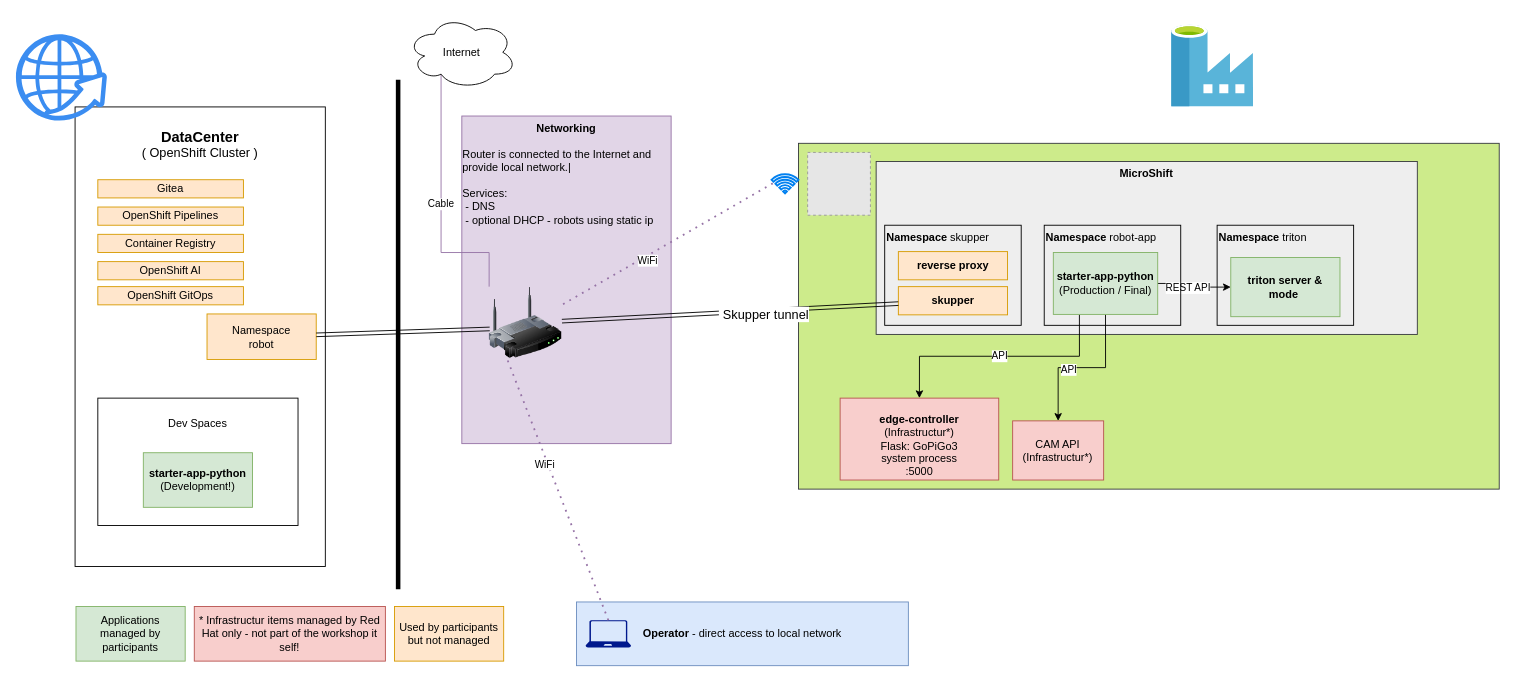
Before: v3/component/overview.drawio in cloud-native-robotz-hackathon/infrastructure, a draw.io diagram. Source tidied: cells renumbered, new cells numbered last; positions are measured from the earlier drawing's top-left corner, leaving out a move shared by most shapes. Both pictures are drawn from the tidied source at 91%, with x=0, y=0 at pixel (15, 15). Pictures stored in the file or linked from it are replaced by grey dashed boxes.
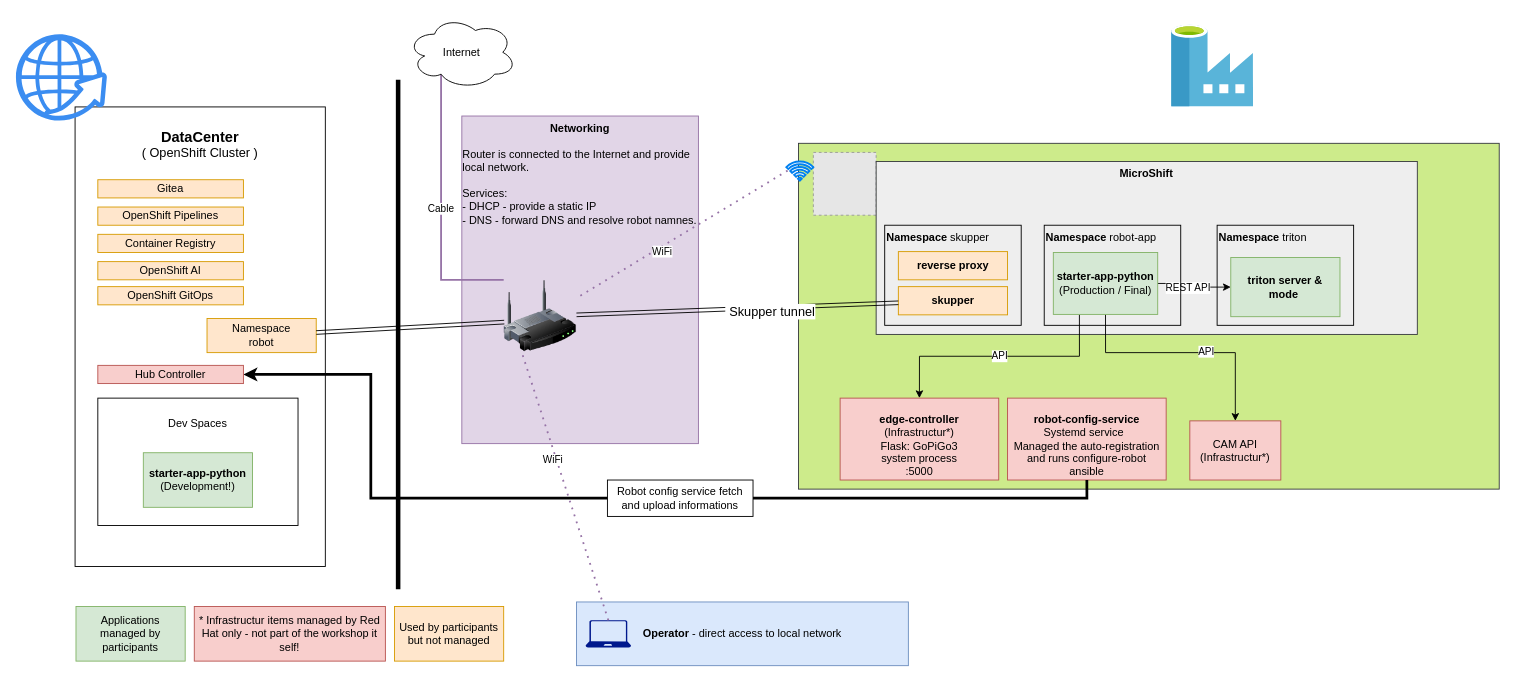
After the change.

Commit message (it also covers changes not shown here):
Deployed 82048ef to v3 with MkDocs 1.6.1 and mike 2.1.3

The change refers to these unchanged cells:
```xml
<mxCell id="38" value="&lt;div&gt;&lt;b&gt;starter-app-python&lt;/b&gt;&lt;/div&gt;&lt;div&gt;(Production / Final)&lt;br&gt;&lt;/div&gt;" style="rounded=0;whiteSpace=wrap;html=1;fillColor=#d5e8d4;strokeColor=#82b366;" parent="1" vertex="1">
  <mxGeometry x="1140" y="260" width="114.7" height="68" as="geometry" />
</mxCell>
<mxCell id="41" value="Internet" style="ellipse;shape=cloud;whiteSpace=wrap;html=1;" parent="1" vertex="1">
  <mxGeometry x="430" width="120" height="80" as="geometry" />
</mxCell>
```

What changed in the source:
```diff
@@
-    <mxCell id="4" value="&lt;div&gt;&lt;div align=&quot;center&quot;&gt;&lt;b&gt;Networking&lt;/b&gt;&lt;br&gt;&lt;/div&gt;&lt;br&gt;&lt;div align=&quot;left&quot;&gt;Router is connected to the Internet and provide local network.|&lt;br&gt;&lt;br&gt;Services:&lt;/div&gt;&lt;div align=&quot;left&quot;&gt;&amp;nbsp;- DNS&lt;/div&gt;&lt;div align=&quot;left&quot;&gt;&amp;nbsp;- optional DHCP - robots using static ip&lt;br&gt;&lt;/div&gt;&lt;/div&gt;" style="text;html=1;strokeColor=#9673a6;fillColor=#e1d5e7;align=center;verticalAlign=top;whiteSpace=wrap;rounded=0;horizontal=1;" parent="1" vertex="1">
-      <mxGeometry x="490" y="110" width="230" height="360" as="geometry" />
+    <mxCell id="4" value="&lt;div align=&quot;center&quot;&gt;&lt;b&gt;Networking&lt;/b&gt;&lt;br&gt;&lt;/div&gt;&lt;br&gt;&lt;div align=&quot;left&quot;&gt;Router is connected to the Internet and provide local network.&lt;br&gt;&lt;br&gt;Services:&lt;/div&gt;&lt;div align=&quot;left&quot;&gt;- DHCP - provide a static IP&lt;/div&gt;&lt;div align=&quot;left&quot;&gt;- DNS - forward DNS and resolve robot namnes.&lt;/div&gt;" style="text;html=1;strokeColor=#9673a6;fillColor=#e1d5e7;align=center;verticalAlign=top;whiteSpace=wrap;rounded=0;horizontal=1;" parent="1" vertex="1">
+      <mxGeometry x="490" y="110" width="260" height="360" as="geometry" />
     </mxCell>
@@
     <mxCell id="8" value="Namespace&lt;br&gt;robot" style="rounded=0;whiteSpace=wrap;html=1;fillColor=#ffe6cc;strokeColor=#d79b00;" parent="1" vertex="1">
-      <mxGeometry x="210" y="327.5" width="120" height="50" as="geometry" />
+      <mxGeometry x="210" y="332.5" width="120" height="37.5" as="geometry" />
     </mxCell>
     <mxCell id="9" style="fillColor=#E6E6E6;strokeColor=#999999;dashed=1;html=1;verticalAlign=top;verticalLabelPosition=bottom;labelBackgroundColor=#ffffff;" parent="1" vertex="1">
-      <mxGeometry x="870" y="150" width="69" height="69" as="geometry" />
+      <mxGeometry x="876.3" y="150" width="69" height="69" as="geometry" />
     </mxCell>
@@
     <mxCell id="15" style="edgeStyle=orthogonalEdgeStyle;rounded=0;jettySize=auto;html=1;exitX=0.5;exitY=1;exitDx=0;exitDy=0;entryX=0.5;entryY=0;entryDx=0;entryDy=0;" parent="1" edge="1" source="38" target="23">
-      <mxGeometry relative="1" as="geometry" />
+      <mxGeometry relative="1" as="geometry">
+        <Array as="points">
+          <mxPoint x="1197" y="370" />
+          <mxPoint x="1340" y="370" />
+        </Array>
+      </mxGeometry>
     </mxCell>
@@
     <mxCell id="23" value="&lt;div&gt;CAM API&lt;/div&gt;&lt;div&gt;(Infrastructur*)&lt;br&gt;&lt;/div&gt;" style="rounded=0;whiteSpace=wrap;html=1;fillColor=#f8cecc;strokeColor=#b85450;" parent="1" vertex="1">
-      <mxGeometry x="1095.3" y="445" width="100" height="65" as="geometry" />
+      <mxGeometry x="1290" y="445" width="100" height="65" as="geometry" />
     </mxCell>
@@
     <mxCell id="27" style="html=1;verticalLabelPosition=bottom;align=center;labelBackgroundColor=#ffffff;verticalAlign=top;strokeWidth=2;strokeColor=#0080F0;shadow=0;dashed=0;shape=mxgraph.ios7.icons.wifi;" parent="1" vertex="1">
-      <mxGeometry x="830.3" y="174" width="29.7" height="21" as="geometry" />
+      <mxGeometry x="846.6" y="160" width="29.7" height="21" as="geometry" />
     </mxCell>
@@
     <mxCell id="29" style="image;html=1;image=img/lib/clip_art/networking/Wireless_Router_128x128.png;" parent="1" vertex="1">
-      <mxGeometry x="520" y="297.5" width="80" height="80" as="geometry" />
+      <mxGeometry x="536" y="290" width="80" height="80" as="geometry" />
     </mxCell>
@@
-    <mxCell id="32" value="Cable" style="endArrow=none;html=1;rounded=0;exitX=0;exitY=0;exitDx=0;exitDy=0;fillColor=#e1d5e7;strokeColor=#9673a6;edgeStyle=orthogonalEdgeStyle;entryX=0.31;entryY=0.8;entryDx=0;entryDy=0;entryPerimeter=0;" parent="1" edge="1" source="29" target="41">
+    <mxCell id="32" value="Cable" style="endArrow=none;html=1;rounded=0;exitX=0;exitY=0;exitDx=0;exitDy=0;fillColor=#e1d5e7;strokeColor=#9673a6;edgeStyle=orthogonalEdgeStyle;entryX=0.31;entryY=0.8;entryDx=0;entryDy=0;entryPerimeter=0;strokeWidth=2;" parent="1" edge="1" source="29" target="41">
       <mxGeometry relative="1" as="geometry">
         <Array as="points">
-          <mxPoint x="520" y="260" />
-          <mxPoint x="467" y="260" />
+          <mxPoint x="467" y="290" />
         </Array>
       </mxGeometry>
     </mxCell>
@@
+    <mxCell id="49" value="&lt;div&gt;&lt;br&gt;&lt;/div&gt;&lt;div&gt;&lt;b&gt;robot-config-service&lt;/b&gt;&lt;/div&gt;&lt;div&gt;Systemd service&amp;nbsp;&amp;nbsp;&lt;/div&gt;&lt;div&gt;Managed the auto-registration and runs configure-robot ansible&lt;/div&gt;" style="rounded=0;whiteSpace=wrap;html=1;fillColor=#f8cecc;strokeColor=#b85450;" parent="1" vertex="1">
+      <mxGeometry x="1089.7" y="420" width="174.3" height="90" as="geometry" />
+    </mxCell>
+    <mxCell id="50" style="edgeStyle=orthogonalEdgeStyle;rounded=0;jettySize=auto;html=1;entryX=0.5;entryY=1;entryDx=0;entryDy=0;strokeWidth=3;endArrow=none;endFill=0;startArrow=classic;startFill=1;" parent="1" edge="1" source="51" target="49">
+      <mxGeometry relative="1" as="geometry">
+        <Array as="points">
+          <mxPoint x="390" y="394" />
+          <mxPoint x="390" y="530" />
+          <mxPoint x="1177" y="530" />
+        </Array>
+      </mxGeometry>
+    </mxCell>
+    <mxCell id="51" value="Hub Controller" style="rounded=0;whiteSpace=wrap;html=1;fillColor=#f8cecc;strokeColor=#b85450;" parent="1" vertex="1">
+      <mxGeometry x="90" y="384" width="160" height="20" as="geometry" />
+    </mxCell>
+    <mxCell id="52" value="Robot config service fetch and upload informations" style="rounded=0;whiteSpace=wrap;html=1;" parent="1" vertex="1">
+      <mxGeometry x="650" y="510" width="160" height="40" as="geometry" />
+    </mxCell>
```
